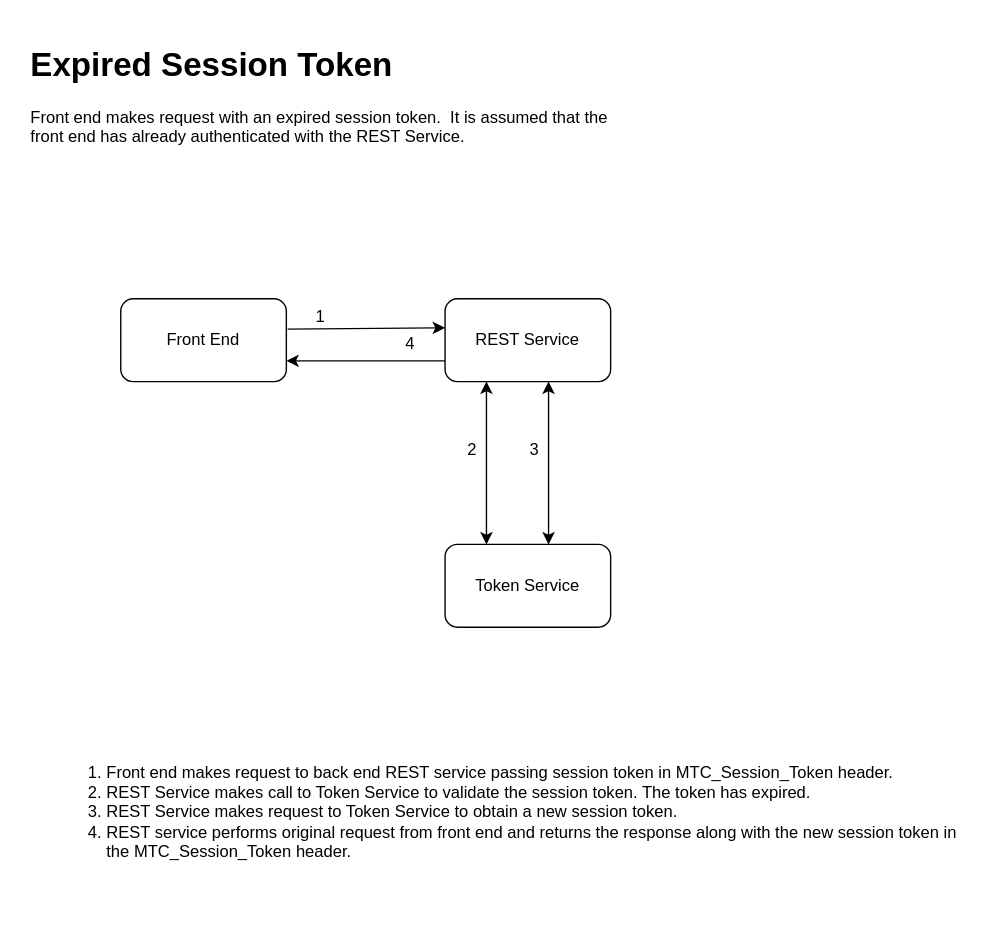
Before: page "Page-6" (6 of 7) of SessionTokenFlow.drawio in bbarrington42/token-service-flows, a draw.io diagram. Source tidied: cells renumbered, new cells numbered last; positions are measured from the earlier drawing's top-left corner, leaving out a move shared by most shapes. Both pictures are drawn from the tidied source at 138%, with x=0, y=0 at pixel (23, 37).
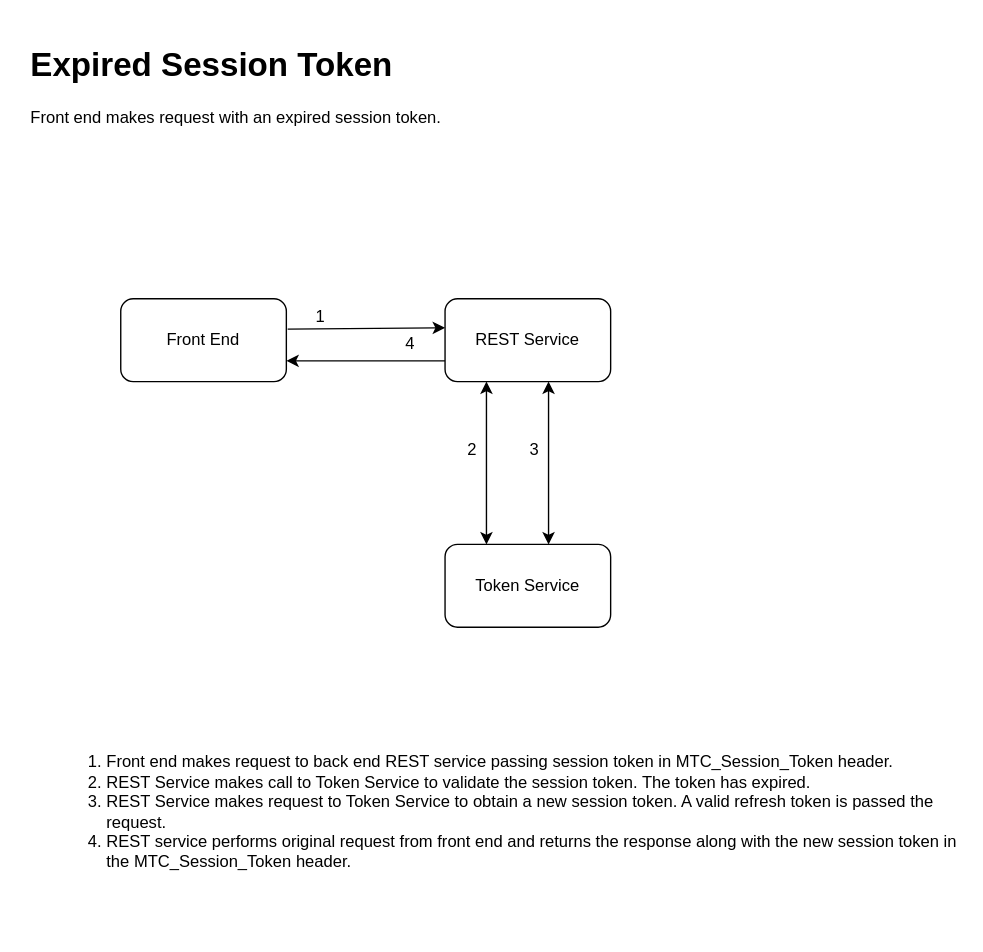
Above is the later version.

Change to the diagram source:
```diff
@@
 <mxGraphModel>
   <root>
     <mxCell id="0" />
     <mxCell id="1" parent="0" />
-    <mxCell id="2" value="&lt;ol&gt;&lt;li&gt;Front end makes request to back end REST service passing session token in MTC_Session_Token header.&lt;/li&gt;&lt;li&gt;REST Service makes call to Token Service to validate the session token. The token has expired.&lt;/li&gt;&lt;li&gt;REST Service makes request to Token Service to obtain a new session token.&lt;/li&gt;&lt;li&gt;REST service performs original request from front end and returns the response along with the new session token in the MTC_Session_Token header.&amp;nbsp;&lt;/li&gt;&lt;/ol&gt;" style="text;strokeColor=none;fillColor=none;html=1;whiteSpace=wrap;verticalAlign=middle;overflow=hidden;" parent="1" vertex="1">
+    <mxCell id="2" value="&lt;ol&gt;&lt;li&gt;Front end makes request to back end REST service passing session token in MTC_Session_Token header.&lt;/li&gt;&lt;li&gt;REST Service makes call to Token Service to validate the session token. The token has expired.&lt;/li&gt;&lt;li&gt;REST Service makes request to Token Service to obtain a new session token. A valid refresh token is passed the request.&lt;/li&gt;&lt;li&gt;REST service performs original request from front end and returns the response along with the new session token in the MTC_Session_Token header.&amp;nbsp;&lt;/li&gt;&lt;/ol&gt;" style="text;strokeColor=none;fillColor=none;html=1;whiteSpace=wrap;verticalAlign=middle;overflow=hidden;" parent="1" vertex="1">
       <mxGeometry x="18" y="476" width="660" height="170" as="geometry" />
     </mxCell>
-    <mxCell id="3" value="&lt;h1&gt;Expired Session Token&lt;/h1&gt;&lt;div&gt;Front end makes request with an expired session token.&amp;nbsp; It is assumed that the front end has already authenticated with the REST Service.&lt;/div&gt;" style="text;html=1;strokeColor=none;fillColor=none;spacing=5;spacingTop=-20;whiteSpace=wrap;overflow=hidden;rounded=0;" parent="1" vertex="1">
+    <mxCell id="3" value="&lt;h1&gt;Expired Session Token&lt;/h1&gt;&lt;div&gt;Front end makes request with an expired session token.&amp;nbsp;&lt;/div&gt;" style="text;html=1;strokeColor=none;fillColor=none;spacing=5;spacingTop=-20;whiteSpace=wrap;overflow=hidden;rounded=0;" parent="1" vertex="1">
       <mxGeometry width="428" height="120" as="geometry" />
     </mxCell>
     <mxCell id="4" style="group;" parent="1" vertex="1">
       <mxGeometry x="70" y="189" width="355" height="238" as="geometry" />
     </mxCell>
     <mxCell id="5" value="Front End" style="rounded=1;whiteSpace=wrap;html=1;" parent="4" vertex="1">
       <mxGeometry width="120" height="60" as="geometry" />
     </mxCell>
     <mxCell id="6" value="REST Service" style="rounded=1;whiteSpace=wrap;html=1;" parent="4" vertex="1">
       <mxGeometry x="235" width="120" height="60" as="geometry" />
     </mxCell>
     <mxCell id="7" value="Token Service" style="rounded=1;whiteSpace=wrap;html=1;" parent="4" vertex="1">
       <mxGeometry x="235" y="178" width="120" height="60" as="geometry" />
     </mxCell>
     <mxCell id="8" style="endArrow=classic;html=1;exitX=1.008;exitY=0.367;exitDx=0;exitDy=0;exitPerimeter=0;" parent="4" edge="1" source="5">
       <mxGeometry relative="1" as="geometry">
         <mxPoint x="235" y="21" as="targetPoint" />
       </mxGeometry>
     </mxCell>
     <mxCell id="9" value="1" style="text;html=1;strokeColor=none;fillColor=none;align=center;verticalAlign=middle;whiteSpace=wrap;rounded=0;" parent="4" vertex="1">
       <mxGeometry x="125" y="3" width="40" height="20" as="geometry" />
     </mxCell>
     <mxCell id="10" style="group;" parent="4" vertex="1">
       <mxGeometry x="235" y="100" width="40" height="20" as="geometry" />
     </mxCell>
     <mxCell id="11" value="2" style="text;html=1;strokeColor=none;fillColor=none;align=center;verticalAlign=middle;whiteSpace=wrap;rounded=0;" parent="10" vertex="1">
       <mxGeometry width="40" height="20" as="geometry" />
     </mxCell>
     <mxCell id="12" style="endArrow=classic;html=1;entryX=1;entryY=0.75;entryDx=0;entryDy=0;exitX=0;exitY=0.75;exitDx=0;exitDy=0;" parent="4" edge="1" source="6" target="5">
       <mxGeometry relative="1" as="geometry" />
     </mxCell>
     <mxCell id="13" value="4" style="text;html=1;strokeColor=none;fillColor=none;align=center;verticalAlign=middle;whiteSpace=wrap;rounded=0;" parent="4" vertex="1">
       <mxGeometry x="190" y="23" width="40" height="20" as="geometry" />
     </mxCell>
     <mxCell id="14" style="endArrow=classic;startArrow=classic;html=1;entryX=0.25;entryY=1;entryDx=0;entryDy=0;exitX=0.25;exitY=0;exitDx=0;exitDy=0;" parent="4" edge="1" source="7" target="6">
       <mxGeometry relative="1" as="geometry" />
     </mxCell>
     <mxCell id="15" style="endArrow=classic;startArrow=classic;html=1;entryX=0.25;entryY=1;entryDx=0;entryDy=0;exitX=0.25;exitY=0;exitDx=0;exitDy=0;" parent="4" edge="1">
       <mxGeometry relative="1" as="geometry">
         <mxPoint x="310" y="178" as="sourcePoint" />
         <mxPoint x="310" y="60" as="targetPoint" />
       </mxGeometry>
     </mxCell>
     <mxCell id="16" style="group;" parent="4" vertex="1">
       <mxGeometry x="280" y="100" width="40" height="20" as="geometry" />
     </mxCell>
     <mxCell id="17" value="3" style="text;html=1;strokeColor=none;fillColor=none;align=center;verticalAlign=middle;whiteSpace=wrap;rounded=0;" parent="16" vertex="1">
       <mxGeometry width="40" height="20" as="geometry" />
     </mxCell>
   </root>
 </mxGraphModel>
```
